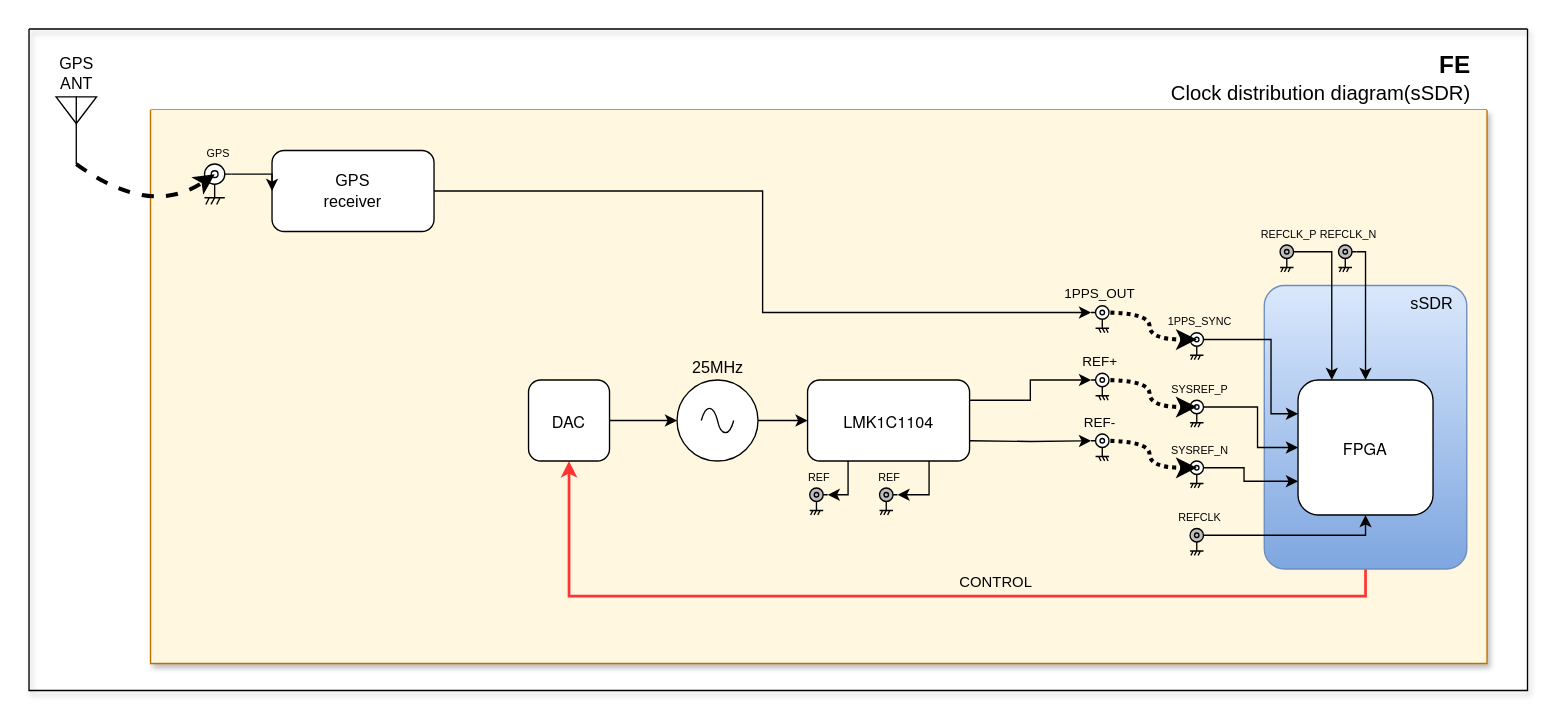
wavelet-lab/docs keeps this draw.io diagram as source/_static/fe/fe_sync_ssdr.drawio. Above is the earlier version. Source tidied: cells renumbered, new cells numbered last; positions are measured from the earlier drawing's top-left corner, leaving out a move shared by most shapes. Both pictures are drawn from the tidied source at 135%, with x=0, y=0 at pixel (28, 28).
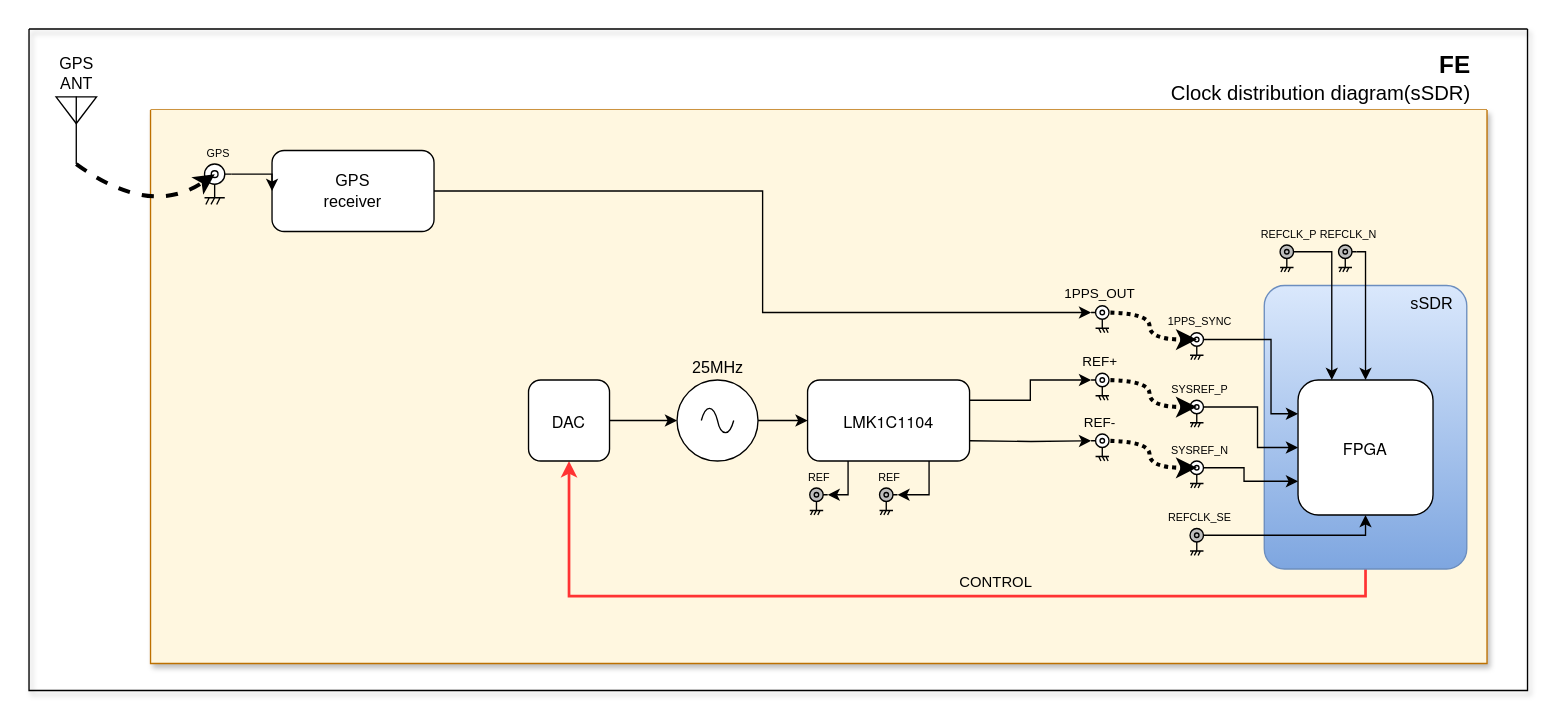
Above is the later version.

Unchanged cells that the change refers to:
```xml
<mxCell id="3" style="swimlane;startSize=0;swimlaneFillColor=light-dark(#fff7e0, #322200);fillColor=#f0a30a;shadow=1;strokeColor=#BD7000;fontColor=#000000;" parent="2" vertex="1">
  <mxGeometry x="90" y="60" width="990" height="410" as="geometry" />
</mxCell>
```

Change to the diagram source:
```diff
@@
-    <mxCell id="9" value="REFCLK" style="verticalLabelPosition=top;shadow=0;dashed=0;align=center;html=1;verticalAlign=bottom;shape=mxgraph.electrical.miscellaneous.co-ax;points=[[0.38,0.25,0,0,0],[1,0.25,0,0,0]];labelPosition=center;fontSize=8;fillColor=#BDBDBD;" parent="3" vertex="1">
+    <mxCell id="9" value="REFCLK_SE" style="verticalLabelPosition=top;shadow=0;dashed=0;align=center;html=1;verticalAlign=bottom;shape=mxgraph.electrical.miscellaneous.co-ax;points=[[0.38,0.25,0,0,0],[1,0.25,0,0,0]];labelPosition=center;fontSize=8;fillColor=#BDBDBD;" parent="3" vertex="1">
       <mxGeometry x="770" y="310" width="13.3" height="20" as="geometry" />
     </mxCell>
```
